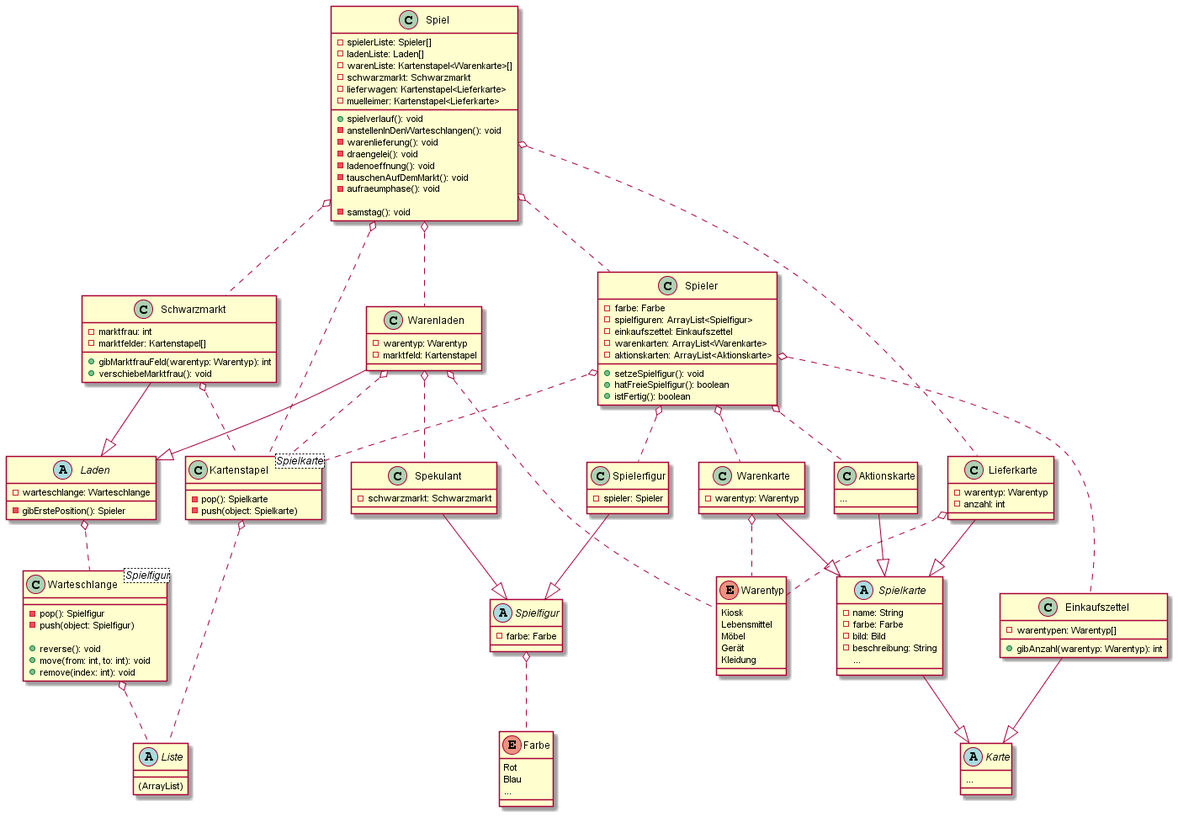
This is docs/diagrams/out/classes/classes.png from Robintobin/Kolejka, a PlantUML export, as it was before one commit.
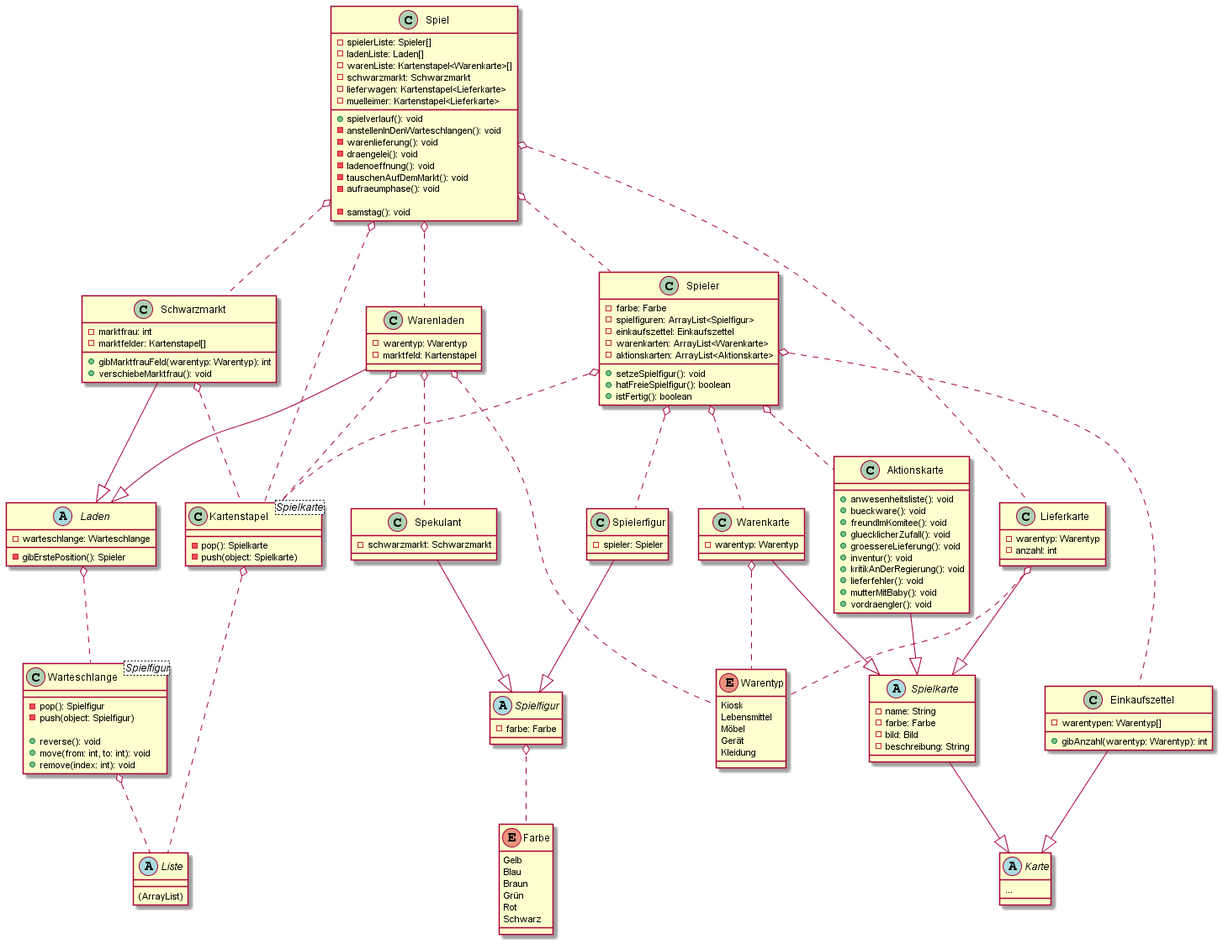
Later version of the same file.

Change to the diagram source:
```diff
@@ -62,7 +62,6 @@
     -farbe: Farbe
     -bild: Bild
     -beschreibung: String
-    ...
 }
 class Einkaufszettel {
     -warentypen: Warentyp[]
@@ -77,12 +76,20 @@
     -anzahl: int
 }
 class Aktionskarte {
-    ...
+    +anwesenheitsliste(): void
+    +bueckware(): void
+    +freundImKomitee(): void
+    +gluecklicherZufall(): void
+    +groessereLieferung(): void
+    +inventur(): void
+    +kritikAnDerRegierung(): void
+    +lieferfehler(): void
+    +mutterMitBaby(): void
+    +vordraengler(): void
 }
 abstract class Laden {
     -warteschlange: Warteschlange
     -gibErstePosition(): Spieler
-
 }
 class Warenladen {
     -warentyp: Warentyp
```
